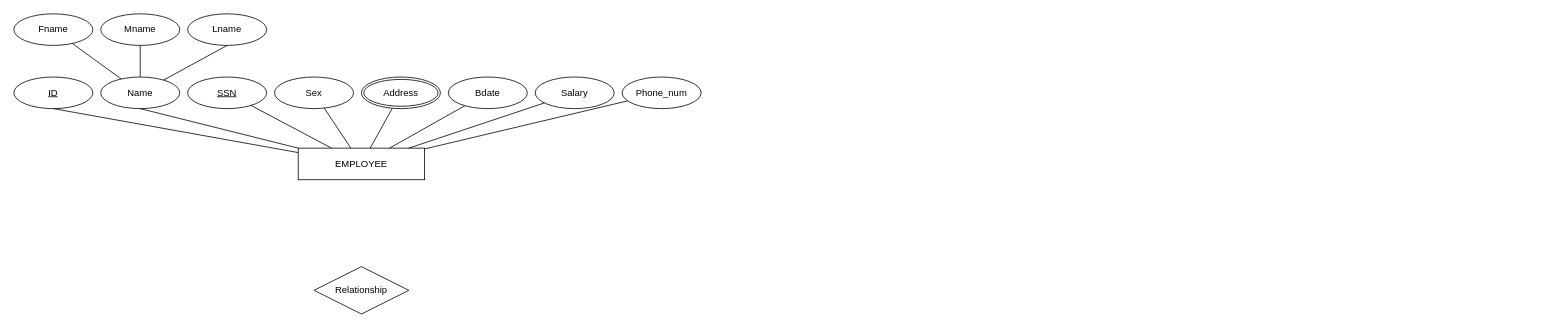
The draw.io diagram docs/project.drawio in anand-byamba/database-project, before the edit. Source tidied: cells renumbered, new cells numbered last; positions are measured from the earlier drawing's top-left corner, leaving out a move shared by most shapes. Both pictures are drawn from the tidied source at 79%, with x=0, y=0 at pixel (13, 13).
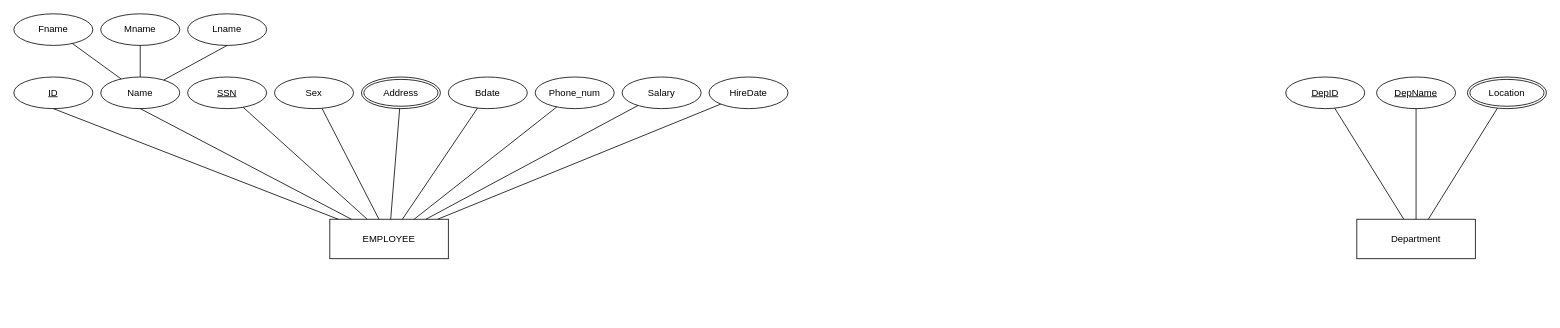
The same diagram, later.

What changed in the source:
```diff
@@
     <mxCell id="2" value="EMPLOYEE" style="whiteSpace=wrap;html=1;align=center;" parent="1" vertex="1">
-      <mxGeometry x="360" y="170" width="160" height="40" as="geometry" />
+      <mxGeometry x="400" y="260" width="150" height="50" as="geometry" />
     </mxCell>
@@
-    <mxCell id="21" value="Relationship" style="shape=rhombus;perimeter=rhombusPerimeter;whiteSpace=wrap;html=1;align=center;" parent="1" vertex="1">
-      <mxGeometry x="380" y="320" width="120" height="60" as="geometry" />
-    </mxCell>
     <mxCell id="22" value="Salary" style="ellipse;whiteSpace=wrap;html=1;align=center;" parent="1" vertex="1">
-      <mxGeometry x="660" y="80" width="100" height="40" as="geometry" />
+      <mxGeometry x="770" y="80" width="100" height="40" as="geometry" />
     </mxCell>
@@
     <mxCell id="24" value="Phone_num" style="ellipse;whiteSpace=wrap;html=1;align=center;" parent="1" vertex="1">
-      <mxGeometry x="770" y="80" width="100" height="40" as="geometry" />
+      <mxGeometry x="660" y="80" width="100" height="40" as="geometry" />
     </mxCell>
@@
+    <mxCell id="26" value="HireDate" style="ellipse;whiteSpace=wrap;html=1;align=center;" parent="1" vertex="1">
+      <mxGeometry x="880" y="80" width="100" height="40" as="geometry" />
+    </mxCell>
+    <mxCell id="27" style="endArrow=none;html=1;rounded=0;" parent="1" edge="1" source="2" target="26">
+      <mxGeometry relative="1" as="geometry" />
+    </mxCell>
+    <mxCell id="28" value="Department" style="whiteSpace=wrap;html=1;align=center;" parent="1" vertex="1">
+      <mxGeometry x="1700" y="260" width="150" height="50" as="geometry" />
+    </mxCell>
+    <mxCell id="29" value="DepID" style="ellipse;whiteSpace=wrap;html=1;align=center;fontStyle=4;" parent="1" vertex="1">
+      <mxGeometry x="1610" y="80" width="100" height="40" as="geometry" />
+    </mxCell>
+    <mxCell id="30" value="DepName" style="ellipse;whiteSpace=wrap;html=1;align=center;fontStyle=4;" parent="1" vertex="1">
+      <mxGeometry x="1725" y="80" width="100" height="40" as="geometry" />
+    </mxCell>
+    <mxCell id="31" value="Location" style="ellipse;shape=doubleEllipse;margin=3;whiteSpace=wrap;html=1;align=center;" parent="1" vertex="1">
+      <mxGeometry x="1840" y="80" width="100" height="40" as="geometry" />
+    </mxCell>
+    <mxCell id="32" style="endArrow=none;html=1;rounded=0;" parent="1" edge="1" source="29" target="28">
+      <mxGeometry relative="1" as="geometry" />
+    </mxCell>
+    <mxCell id="33" style="endArrow=none;html=1;rounded=0;" parent="1" edge="1" source="30" target="28">
+      <mxGeometry relative="1" as="geometry" />
+    </mxCell>
+    <mxCell id="34" style="endArrow=none;html=1;rounded=0;" parent="1" edge="1" source="31" target="28">
+      <mxGeometry relative="1" as="geometry" />
+    </mxCell>
```
